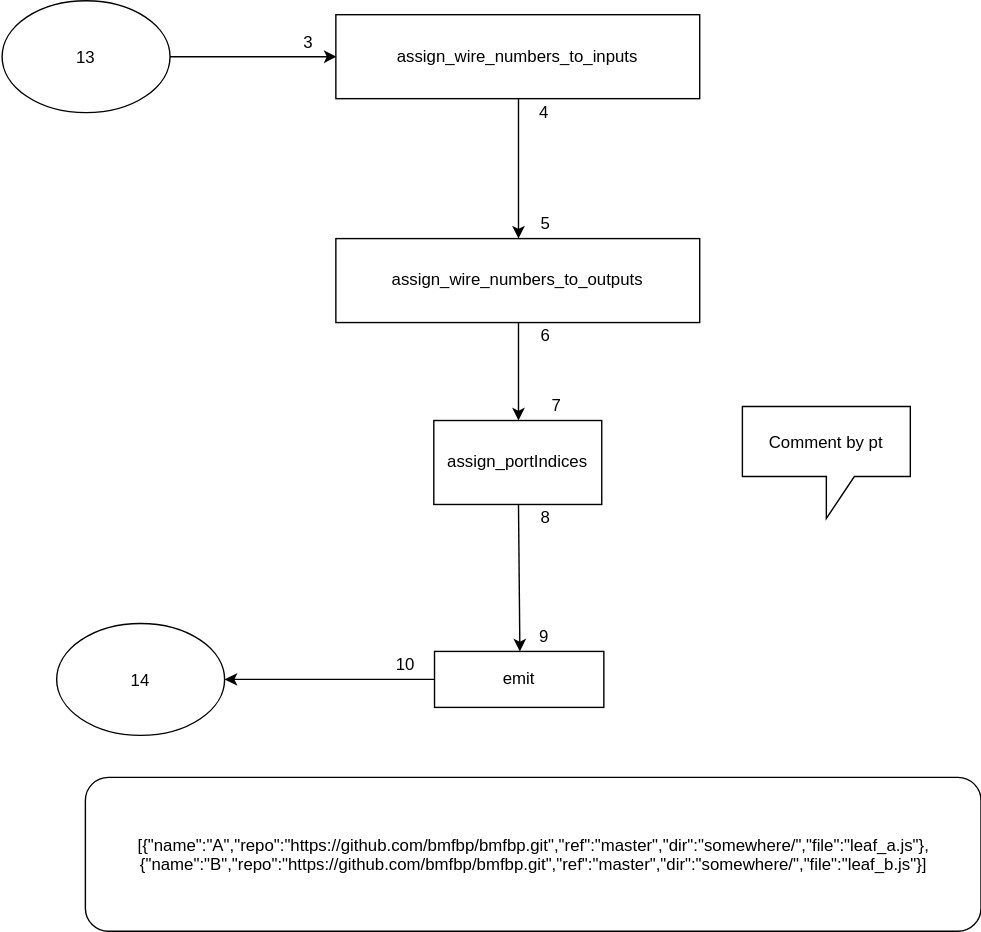
This is svg/js-compiler/test_diagrams/js_test4_emitter.svg from bmfbp/bmfbp, a draw.io export, as it was before one commit. Source tidied: cells renumbered, new cells last; positions are measured from the earlier drawing's top-left corner, leaving out a move shared by most shapes.
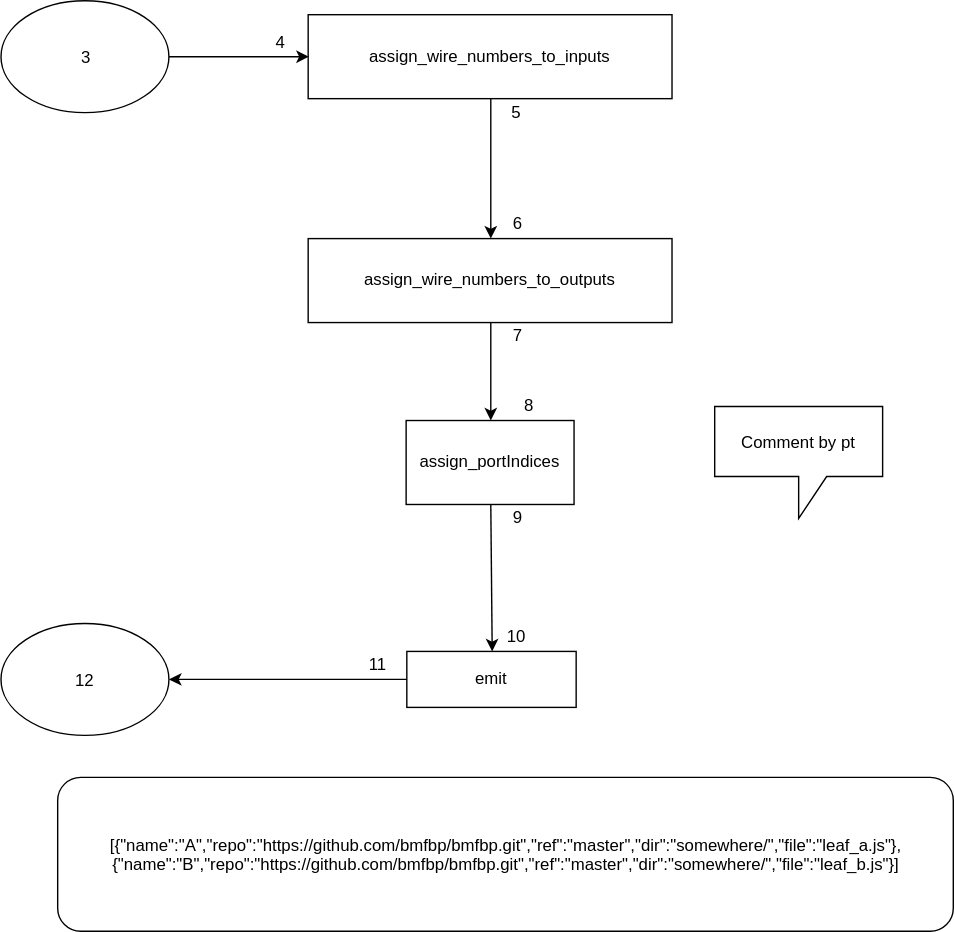
Above is the later version.

Commit message:
make test4 working (ellipses, comment, meta)

What changed in the source:
```diff
@@ -2,16 +2,13 @@
   <root>
     <mxCell id="0" />
     <mxCell id="1" parent="0" />
-    <mxCell id="2" style="edgeStyle=orthogonalEdgeStyle;rounded=0;jettySize=auto;html=1;exitX=0;exitY=0.5;exitDx=0;exitDy=0;entryX=1;entryY=0.5;entryDx=0;entryDy=0;" parent="1" edge="1" source="3" target="19">
-      <mxGeometry relative="1" as="geometry" />
-    </mxCell>
     <mxCell id="3" value="emit" style="rounded=0;fontSize=12;labelBorderColor=none;" parent="1" vertex="1">
       <mxGeometry x="310" y="465" width="121" height="40" as="geometry" />
     </mxCell>
-    <mxCell id="4" value="9" style="text;strokeColor=none;fillColor=none;align=center;verticalAlign=middle;rounded=0;" parent="1" vertex="1">
+    <mxCell id="4" value="10" style="text;strokeColor=none;fillColor=none;align=center;verticalAlign=middle;rounded=0;" parent="1" vertex="1">
       <mxGeometry x="368.5" y="445" width="40" height="20" as="geometry" />
     </mxCell>
-    <mxCell id="5" value="8" style="text;strokeColor=none;fillColor=none;align=center;verticalAlign=middle;rounded=0;" parent="1" vertex="1">
+    <mxCell id="5" value="9" style="text;strokeColor=none;fillColor=none;align=center;verticalAlign=middle;rounded=0;" parent="1" vertex="1">
       <mxGeometry x="369.5" y="360" width="40" height="20" as="geometry" />
     </mxCell>
     <mxCell id="6" value="assign_portIndices" style="rounded=0;" parent="1" vertex="1">
@@ -26,10 +23,10 @@
     <mxCell id="9" style="endArrow=classic;html=1;entryX=0.5;entryY=0;entryDx=0;entryDy=0;exitX=0.5;exitY=1;exitDx=0;exitDy=0;" parent="1" edge="1" source="8" target="6">
       <mxGeometry relative="1" as="geometry" />
     </mxCell>
-    <mxCell id="10" value="6" style="text;strokeColor=none;fillColor=none;align=center;verticalAlign=middle;rounded=0;" parent="1" vertex="1">
+    <mxCell id="10" value="7" style="text;strokeColor=none;fillColor=none;align=center;verticalAlign=middle;rounded=0;" parent="1" vertex="1">
       <mxGeometry x="369.5" y="230" width="40" height="20" as="geometry" />
     </mxCell>
-    <mxCell id="11" value="7" style="text;strokeColor=none;fillColor=none;align=center;verticalAlign=middle;rounded=0;" parent="1" vertex="1">
+    <mxCell id="11" value="8" style="text;strokeColor=none;fillColor=none;align=center;verticalAlign=middle;rounded=0;" parent="1" vertex="1">
       <mxGeometry x="377.5" y="280" width="40" height="20" as="geometry" />
     </mxCell>
     <mxCell id="12" value="assign_wire_numbers_to_inputs" style="rounded=0;" parent="1" vertex="1">
@@ -38,10 +35,10 @@
     <mxCell id="13" style="endArrow=classic;html=1;entryX=0.5;entryY=0;entryDx=0;entryDy=0;exitX=0.5;exitY=1;exitDx=0;exitDy=0;" parent="1" edge="1" source="12" target="8">
       <mxGeometry relative="1" as="geometry" />
     </mxCell>
-    <mxCell id="14" value="4" style="text;strokeColor=none;fillColor=none;align=center;verticalAlign=middle;rounded=0;" parent="1" vertex="1">
+    <mxCell id="14" value="5" style="text;strokeColor=none;fillColor=none;align=center;verticalAlign=middle;rounded=0;" parent="1" vertex="1">
       <mxGeometry x="368.5" y="70" width="40" height="20" as="geometry" />
     </mxCell>
-    <mxCell id="15" value="5" style="text;strokeColor=none;fillColor=none;align=center;verticalAlign=middle;rounded=0;" parent="1" vertex="1">
+    <mxCell id="15" value="6" style="text;strokeColor=none;fillColor=none;align=center;verticalAlign=middle;rounded=0;" parent="1" vertex="1">
       <mxGeometry x="369.5" y="150" width="40" height="20" as="geometry" />
     </mxCell>
     <mxCell id="16" value="Comment by pt" style="shape=callout;whiteSpace=wrap;html=1;perimeter=calloutPerimeter;" parent="1" vertex="1">
@@ -50,20 +47,23 @@
     <mxCell id="17" value="&lt;span&gt;[{&quot;name&quot;:&quot;A&quot;,&quot;repo&quot;:&quot;https://github.com/bmfbp/bmfbp.git&quot;,&quot;ref&quot;:&quot;master&quot;,&quot;dir&quot;:&quot;somewhere/&quot;,&quot;file&quot;:&quot;leaf_a.js&quot;},{&quot;name&quot;:&quot;B&quot;,&quot;repo&quot;:&quot;https://github.com/bmfbp/bmfbp.git&quot;,&quot;ref&quot;:&quot;master&quot;,&quot;dir&quot;:&quot;somewhere/&quot;,&quot;file&quot;:&quot;leaf_b.js&quot;}]&lt;/span&gt;" style="rounded=1;whiteSpace=wrap;html=1;" parent="1" vertex="1">
       <mxGeometry x="60.5" y="555" width="640" height="110" as="geometry" />
     </mxCell>
-    <mxCell id="18" value="13" style="ellipse;whiteSpace=wrap;html=1;" parent="1" vertex="1">
-      <mxGeometry x="0.5" width="120" height="80" as="geometry" />
-    </mxCell>
-    <mxCell id="19" value="14" style="ellipse;whiteSpace=wrap;html=1;" parent="1" vertex="1">
-      <mxGeometry x="40" y="445" width="120" height="80" as="geometry" />
-    </mxCell>
-    <mxCell id="20" style="endArrow=classic;html=1;entryX=0;entryY=0.5;entryDx=0;entryDy=0;exitX=1;exitY=0.5;exitDx=0;exitDy=0;" parent="1" edge="1" source="18" target="12">
-      <mxGeometry relative="1" as="geometry" />
-    </mxCell>
-    <mxCell id="21" value="3" style="text;strokeColor=none;fillColor=none;align=center;verticalAlign=middle;rounded=0;" parent="1" vertex="1">
-      <mxGeometry x="200" y="20" width="40" height="20" as="geometry" />
+    <mxCell id="21" value="3" style="ellipse;whiteSpace=wrap;html=1;" parent="1" vertex="1">
+      <mxGeometry x="20" width="120" height="80" as="geometry" />
     </mxCell>
-    <mxCell id="22" value="10" style="text;strokeColor=none;fillColor=none;align=center;verticalAlign=middle;rounded=0;" parent="1" vertex="1">
-      <mxGeometry x="269.5" y="465" width="40" height="20" as="geometry" />
-    </mxCell>
+    <mxCell id="23" value="12" style="ellipse;whiteSpace=wrap;html=1;" parent="1" vertex="1">
+      <mxGeometry x="20" y="445" width="120" height="80" as="geometry" />
+    </mxCell>
+    <mxCell id="24" style="endArrow=classic;html=1;entryX=0;entryY=0.5;entryDx=0;entryDy=0;exitX=1;exitY=0.5;exitDx=0;exitDy=0;" parent="1" edge="1" source="21" target="12">
+      <mxGeometry relative="1" as="geometry" />
+    </mxCell>
+    <mxCell id="25" style="endArrow=classic;html=1;entryX=1;entryY=0.5;entryDx=0;entryDy=0;exitX=0;exitY=0.5;exitDx=0;exitDy=0;" parent="1" edge="1" source="3" target="23">
+      <mxGeometry relative="1" as="geometry" />
+    </mxCell>
+    <mxCell id="26" value="4" style="text;strokeColor=none;fillColor=none;align=center;verticalAlign=middle;rounded=0;" parent="1" vertex="1">
+      <mxGeometry x="200" y="20" width="40" height="20" as="geometry" />
+    </mxCell>
+    <mxCell id="27" value="11" style="text;strokeColor=none;fillColor=none;align=center;verticalAlign=middle;rounded=0;" parent="1" vertex="1">
+      <mxGeometry x="269.5" y="465" width="40" height="20" as="geometry" />
+    </mxCell>
   </root>
 </mxGraphModel>
```
